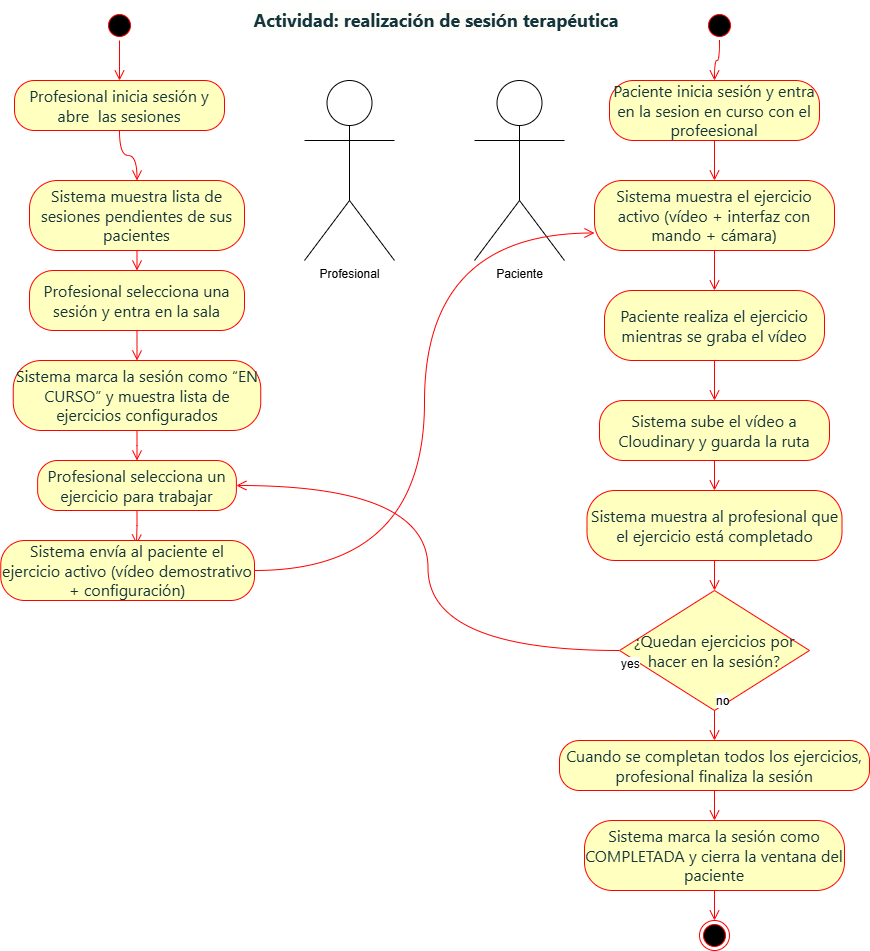
This is doc/TerapiTrack_Documentación_Técnica/img/actividad_realizar_sesion.png from lanchares/TerapiTrack, a draw.io export, as it was before one commit. Source tidied: cells renumbered, new cells last; positions are measured from the earlier drawing's top-left corner, leaving out a move shared by most shapes.
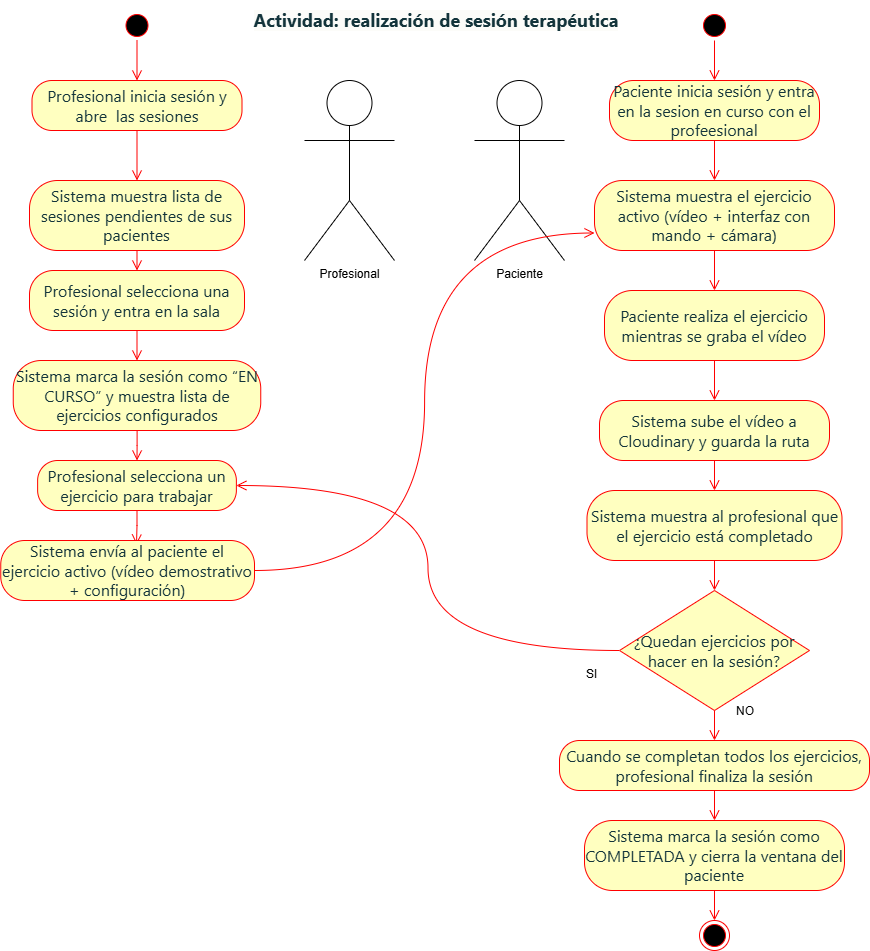
Above is the later version.

Change to the diagram source:
```diff
@@ -3,13 +3,13 @@
     <mxCell id="0" />
     <mxCell id="1" parent="0" />
     <mxCell id="2" style="ellipse;html=1;shape=startState;fillColor=#000000;strokeColor=#ff0000;" parent="1" vertex="1">
-      <mxGeometry x="104" y="10" width="30" height="30" as="geometry" />
+      <mxGeometry x="121.5" y="10" width="30" height="30" as="geometry" />
     </mxCell>
     <mxCell id="3" style="edgeStyle=orthogonalEdgeStyle;html=1;verticalAlign=bottom;endArrow=open;endSize=8;strokeColor=#ff0000;rounded=0;fontSize=12;curved=1;entryX=0.5;entryY=0;entryDx=0;entryDy=0;" parent="1" edge="1" source="2" target="4">
       <mxGeometry relative="1" as="geometry" />
     </mxCell>
     <mxCell id="4" value="&lt;span style=&quot;color: oklch(0.3039 0.04 213.68); font-family: fkGroteskNeue, ui-sans-serif, system-ui, -apple-system, BlinkMacSystemFont, &amp;quot;Segoe UI&amp;quot;, Roboto, &amp;quot;Helvetica Neue&amp;quot;, Arial, &amp;quot;Noto Sans&amp;quot;, sans-serif, &amp;quot;Apple Color Emoji&amp;quot;, &amp;quot;Segoe UI Emoji&amp;quot;, &amp;quot;Segoe UI Symbol&amp;quot;, &amp;quot;Noto Color Emoji&amp;quot;, &amp;quot;Hiragino Sans&amp;quot;, &amp;quot;PingFang SC&amp;quot;, &amp;quot;Apple SD Gothic Neo&amp;quot;, &amp;quot;Yu Gothic&amp;quot;, &amp;quot;Microsoft YaHei&amp;quot;, &amp;quot;Microsoft JhengHei&amp;quot;, Meiryo; font-size: 16px; text-align: start;&quot;&gt;Profesional inicia sesión y abre&amp;nbsp; las sesiones&lt;/span&gt;" style="rounded=1;whiteSpace=wrap;html=1;arcSize=40;fontColor=#000000;fillColor=#ffffc0;strokeColor=#ff0000;" parent="1" vertex="1">
-      <mxGeometry x="14" y="80" width="210" height="50" as="geometry" />
+      <mxGeometry x="31.5" y="80" width="210" height="50" as="geometry" />
     </mxCell>
     <mxCell id="5" style="edgeStyle=orthogonalEdgeStyle;html=1;verticalAlign=bottom;endArrow=open;endSize=8;strokeColor=#ff0000;rounded=0;fontSize=12;curved=1;entryX=0.5;entryY=0;entryDx=0;entryDy=0;" parent="1" edge="1" source="4" target="6">
       <mxGeometry relative="1" as="geometry" />
@@ -42,7 +42,7 @@
       <mxGeometry relative="1" as="geometry" />
     </mxCell>
     <mxCell id="15" style="ellipse;html=1;shape=startState;fillColor=#000000;strokeColor=#ff0000;" parent="1" vertex="1">
-      <mxGeometry x="704" y="10" width="30" height="30" as="geometry" />
+      <mxGeometry x="699" y="10" width="30" height="30" as="geometry" />
     </mxCell>
     <mxCell id="16" style="edgeStyle=orthogonalEdgeStyle;html=1;verticalAlign=bottom;endArrow=open;endSize=8;strokeColor=#ff0000;rounded=0;fontSize=12;curved=1;entryX=0.5;entryY=0;entryDx=0;entryDy=0;" parent="1" edge="1" source="15" target="21">
       <mxGeometry relative="1" as="geometry" />
@@ -107,11 +107,11 @@
     <mxCell id="36" value="&lt;span style=&quot;color: oklch(0.3039 0.04 213.68); font-family: fkGroteskNeue, ui-sans-serif, system-ui, -apple-system, BlinkMacSystemFont, &amp;quot;Segoe UI&amp;quot;, Roboto, &amp;quot;Helvetica Neue&amp;quot;, Arial, &amp;quot;Noto Sans&amp;quot;, sans-serif, &amp;quot;Apple Color Emoji&amp;quot;, &amp;quot;Segoe UI Emoji&amp;quot;, &amp;quot;Segoe UI Symbol&amp;quot;, &amp;quot;Noto Color Emoji&amp;quot;, &amp;quot;Hiragino Sans&amp;quot;, &amp;quot;PingFang SC&amp;quot;, &amp;quot;Apple SD Gothic Neo&amp;quot;, &amp;quot;Yu Gothic&amp;quot;, &amp;quot;Microsoft YaHei&amp;quot;, &amp;quot;Microsoft JhengHei&amp;quot;, Meiryo; font-size: 16px; text-align: start;&quot;&gt;¿Quedan ejercicios por hacer en la sesión?&lt;/span&gt;" style="rhombus;whiteSpace=wrap;html=1;fontColor=#000000;fillColor=#ffffc0;strokeColor=#ff0000;" parent="1" vertex="1">
       <mxGeometry x="619" y="590" width="190" height="120" as="geometry" />
     </mxCell>
-    <mxCell id="37" value="no" style="edgeStyle=orthogonalEdgeStyle;html=1;align=left;verticalAlign=bottom;endArrow=open;endSize=8;strokeColor=#ff0000;rounded=0;fontSize=12;curved=1;entryX=0.5;entryY=0;entryDx=0;entryDy=0;" parent="1" edge="1" source="36" target="32">
-      <mxGeometry x="-1" relative="1" as="geometry" />
+    <mxCell id="37" value="NO" style="edgeStyle=orthogonalEdgeStyle;html=1;align=left;verticalAlign=bottom;endArrow=open;endSize=8;strokeColor=#ff0000;rounded=0;fontSize=12;curved=1;entryX=0.5;entryY=0;entryDx=0;entryDy=0;" parent="1" edge="1" source="36" target="32">
+      <mxGeometry x="-0.33" y="20" relative="1" as="geometry" />
     </mxCell>
-    <mxCell id="38" value="yes" style="edgeStyle=orthogonalEdgeStyle;html=1;align=left;verticalAlign=top;endArrow=open;endSize=8;strokeColor=#ff0000;rounded=0;fontSize=12;curved=1;entryX=1;entryY=0.5;entryDx=0;entryDy=0;" parent="1" edge="1" source="36" target="17">
-      <mxGeometry x="-1" relative="1" as="geometry" />
+    <mxCell id="38" value="SI" style="edgeStyle=orthogonalEdgeStyle;html=1;align=left;verticalAlign=top;endArrow=open;endSize=8;strokeColor=#ff0000;rounded=0;fontSize=12;curved=1;entryX=1;entryY=0.5;entryDx=0;entryDy=0;" parent="1" edge="1" source="36" target="17">
+      <mxGeometry x="-0.87" y="10" relative="1" as="geometry" />
     </mxCell>
   </root>
 </mxGraphModel>
```
